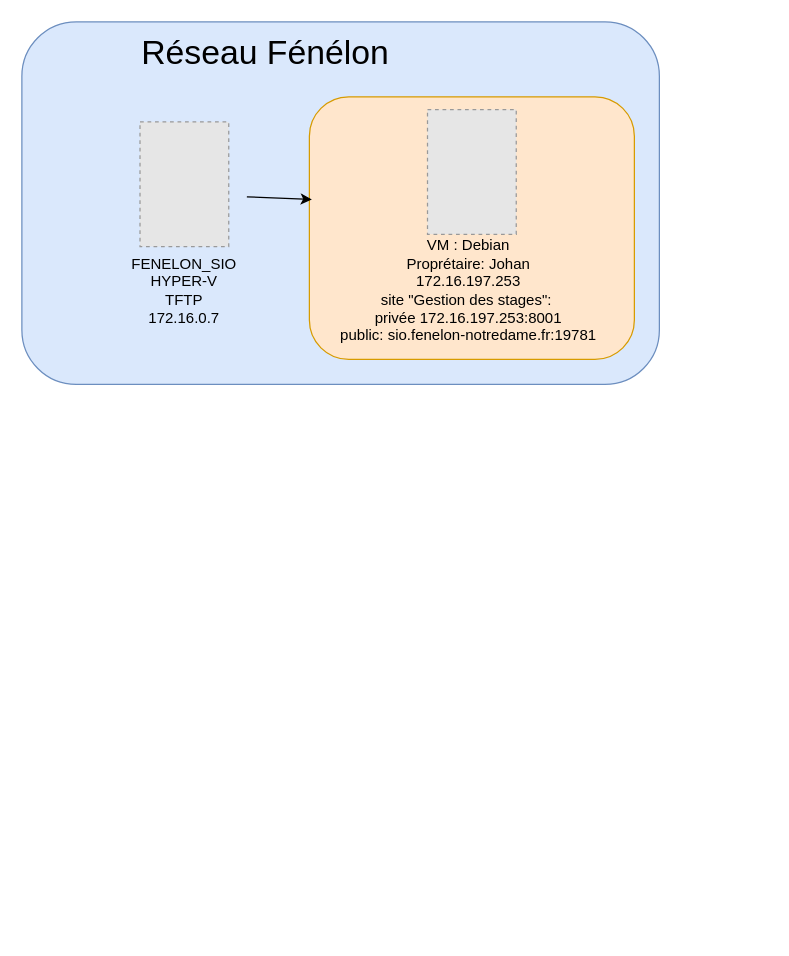
This is document/Diagramme sans nom.drawio from johanvadenne/Gestion-des-eleves-et-stages, a draw.io file, before an edit. Source tidied: cells renumbered, new cells numbered last; positions are measured from the earlier drawing's top-left corner, leaving out a move shared by most shapes. Both pictures are drawn from the tidied source at 125%, with x=0, y=0 at pixel (21, 21). Pictures stored in the file or linked from it are replaced by grey dashed boxes.
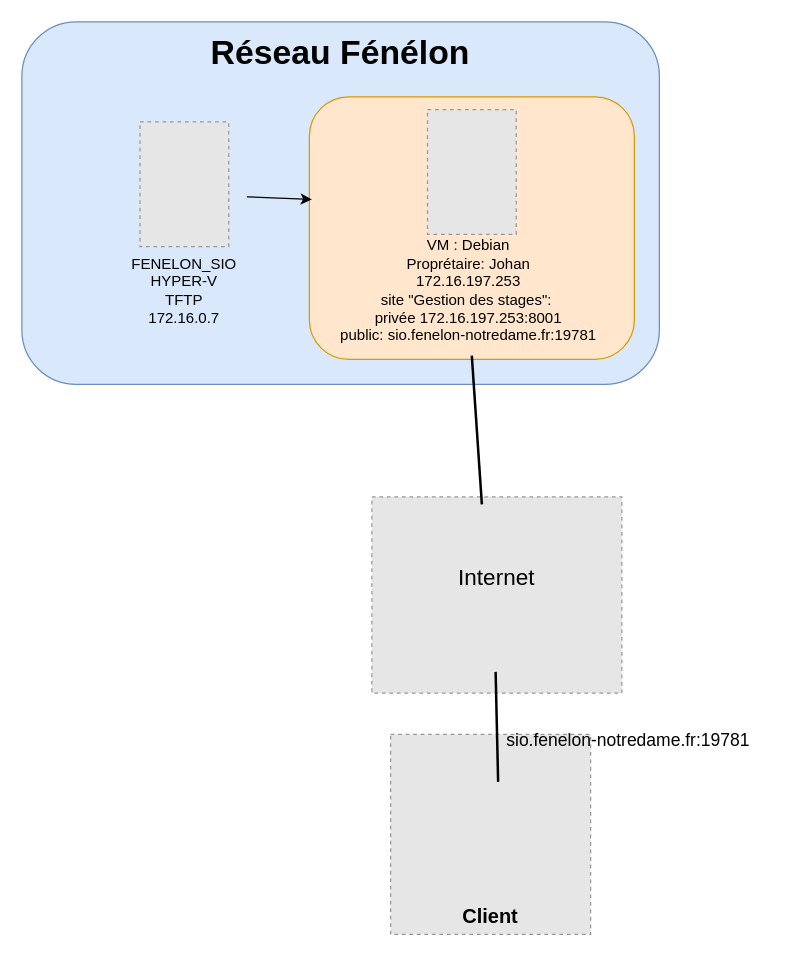
Above is the later version.

Commit message (it also covers changes not shown here):
Mettre à jour Diagramme sans nom.drawio

Diff of the diagram source:
```diff
@@
 <mxGraphModel>
   <root>
     <mxCell id="0" />
     <mxCell id="1" parent="0" />
     <mxCell id="2" style="rounded=1;whiteSpace=wrap;html=1;fillColor=#dae8fc;strokeColor=#6c8ebf;" parent="1" vertex="1">
       <mxGeometry width="510" height="290" as="geometry" />
     </mxCell>
     <mxCell id="3" style="rounded=1;whiteSpace=wrap;html=1;fillColor=#ffe6cc;strokeColor=#d79b00;" parent="1" vertex="1">
       <mxGeometry x="230" y="60" width="260" height="210" as="geometry" />
     </mxCell>
-    <mxCell id="4" value="Réseau Fénélon" style="text;html=1;align=center;verticalAlign=middle;whiteSpace=wrap;rounded=0;fontSize=27;" parent="1" vertex="1">
-      <mxGeometry x="80" y="10" width="230" height="30" as="geometry" />
+    <mxCell id="4" value="Réseau Fénélon" style="text;html=1;align=center;verticalAlign=middle;whiteSpace=wrap;rounded=0;fontSize=27;fontStyle=1;" parent="1" vertex="1">
+      <mxGeometry x="140" y="10" width="230" height="30" as="geometry" />
     </mxCell>
     <mxCell id="5" value="FENELON_SIO&lt;br&gt;HYPER-V&lt;br&gt;TFTP&lt;br&gt;172.16.0.7" style="text;html=1;align=center;verticalAlign=middle;whiteSpace=wrap;rounded=0;" parent="1" vertex="1">
       <mxGeometry x="90" y="200" width="80" height="30" as="geometry" />
     </mxCell>
     <mxCell id="6" style="endArrow=classic;html=1;rounded=0;exitX=1;exitY=0.5;exitDx=0;exitDy=0;" parent="1" edge="1">
       <mxGeometry relative="1" as="geometry">
         <mxPoint x="180" y="140" as="sourcePoint" />
         <mxPoint x="232" y="142" as="targetPoint" />
       </mxGeometry>
     </mxCell>
     <mxCell id="7" style="fillColor=#E6E6E6;strokeColor=#999999;dashed=1;verticalLabelPosition=bottom;labelBackgroundColor=default;verticalAlign=top;" parent="1" vertex="1">
       <mxGeometry x="94.5" y="80" width="71" height="99.8" as="geometry" />
     </mxCell>
     <mxCell id="8" style="fillColor=#E6E6E6;strokeColor=#999999;dashed=1;verticalLabelPosition=bottom;labelBackgroundColor=default;verticalAlign=top;" parent="1" vertex="1">
       <mxGeometry x="324.5" y="70.1" width="71" height="99.8" as="geometry" />
     </mxCell>
     <mxCell id="9" value="VM : Debian&lt;br&gt;&lt;div&gt;Proprétaire: Johan&lt;/div&gt;&lt;div&gt;172.16.197.253&lt;/div&gt;&lt;div&gt;site &quot;Gestion des stages&quot;:&amp;nbsp;&lt;/div&gt;&lt;div&gt;privée 172.16.197.253:8001 &lt;/div&gt;&lt;div&gt;public: sio.fenelon-notredame.fr:19781&lt;br&gt;&lt;/div&gt;" style="text;html=1;align=center;verticalAlign=middle;whiteSpace=wrap;rounded=0;" parent="1" vertex="1">
       <mxGeometry x="235" y="169.9" width="245" height="90.2" as="geometry" />
     </mxCell>
+    <mxCell id="10" style="fillColor=#E6E6E6;strokeColor=#999999;dashed=1;verticalLabelPosition=bottom;labelBackgroundColor=default;verticalAlign=top;" parent="1" vertex="1">
+      <mxGeometry x="295" y="570" width="160" height="160" as="geometry" />
+    </mxCell>
+    <mxCell id="11" value="Client" style="text;html=1;align=center;verticalAlign=middle;whiteSpace=wrap;rounded=0;fontSize=16;fontStyle=1;" parent="1" vertex="1">
+      <mxGeometry x="345" y="700" width="60" height="30" as="geometry" />
+    </mxCell>
+    <mxCell id="12" style="fillColor=#E6E6E6;strokeColor=#999999;dashed=1;verticalLabelPosition=bottom;labelBackgroundColor=default;verticalAlign=top;" parent="1" vertex="1">
+      <mxGeometry x="280" y="380" width="200" height="157" as="geometry" />
+    </mxCell>
+    <mxCell id="13" value="Internet" style="text;html=1;align=center;verticalAlign=middle;whiteSpace=wrap;rounded=0;fontSize=18;" parent="1" vertex="1">
+      <mxGeometry x="350" y="430" width="60" height="30" as="geometry" />
+    </mxCell>
+    <mxCell id="14" style="endArrow=none;html=1;rounded=0;strokeWidth=2;" parent="1" edge="1">
+      <mxGeometry relative="1" as="geometry">
+        <mxPoint x="381" y="608" as="sourcePoint" />
+        <mxPoint x="379" y="520" as="targetPoint" />
+      </mxGeometry>
+    </mxCell>
+    <mxCell id="15" value="sio.fenelon-notredame.fr:19781" style="text;whiteSpace=wrap;html=1;fontSize=14;" parent="1" vertex="1">
+      <mxGeometry x="386" y="560" width="210" height="20" as="geometry" />
+    </mxCell>
+    <mxCell id="16" style="endArrow=none;html=1;rounded=0;strokeWidth=2;entryX=0.51;entryY=1.076;entryDx=0;entryDy=0;entryPerimeter=0;" parent="1" edge="1" target="9">
+      <mxGeometry relative="1" as="geometry">
+        <mxPoint x="368" y="386" as="sourcePoint" />
+      </mxGeometry>
+    </mxCell>
   </root>
 </mxGraphModel>
```
